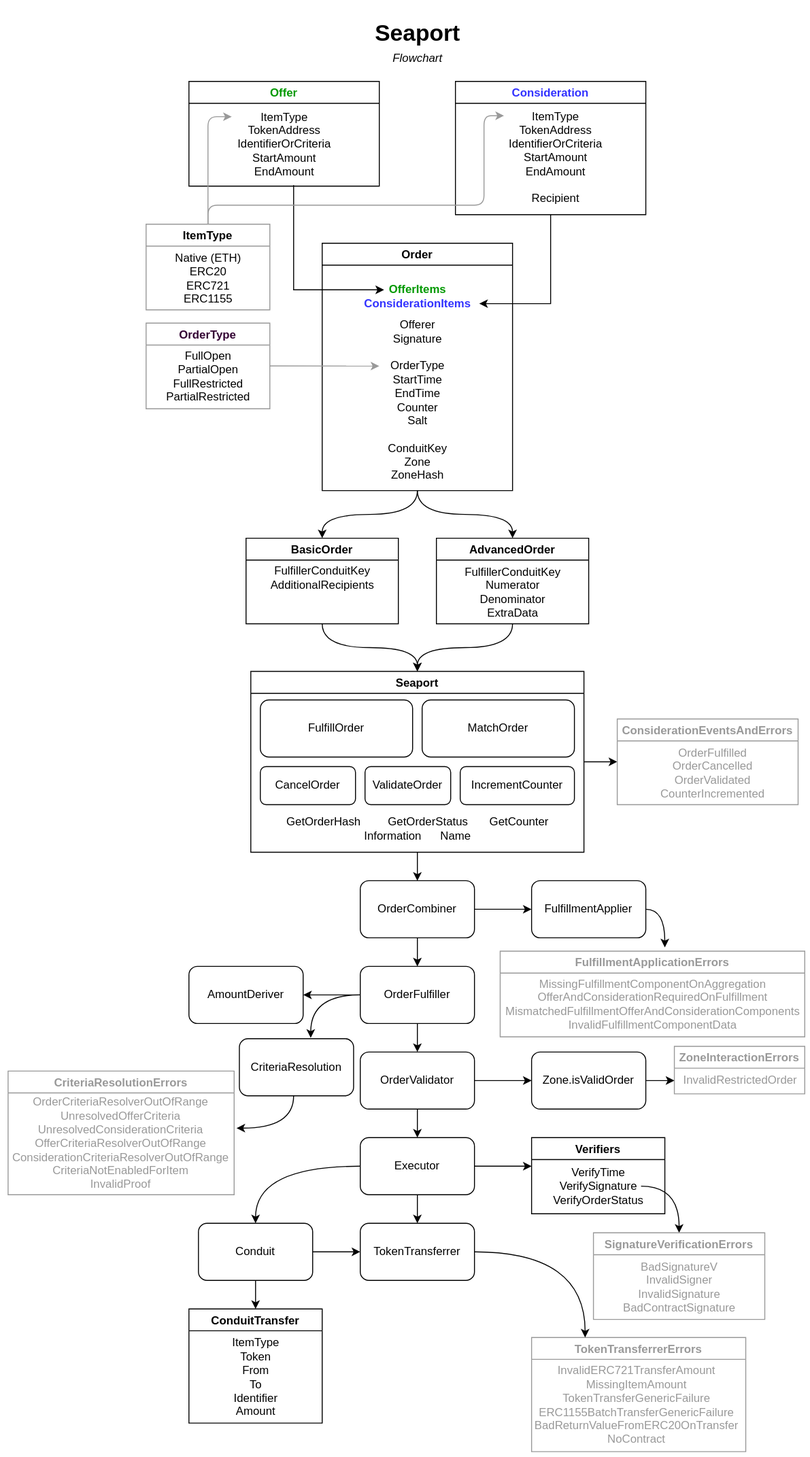
Above: diagrams/Seaport.drawio.svg in ProjectOpenSea/seaport (draw.io), before the change. Source tidied: cells renumbered, new cells last; positions are measured from the earlier drawing's top-left corner, leaving out a move shared by most shapes.
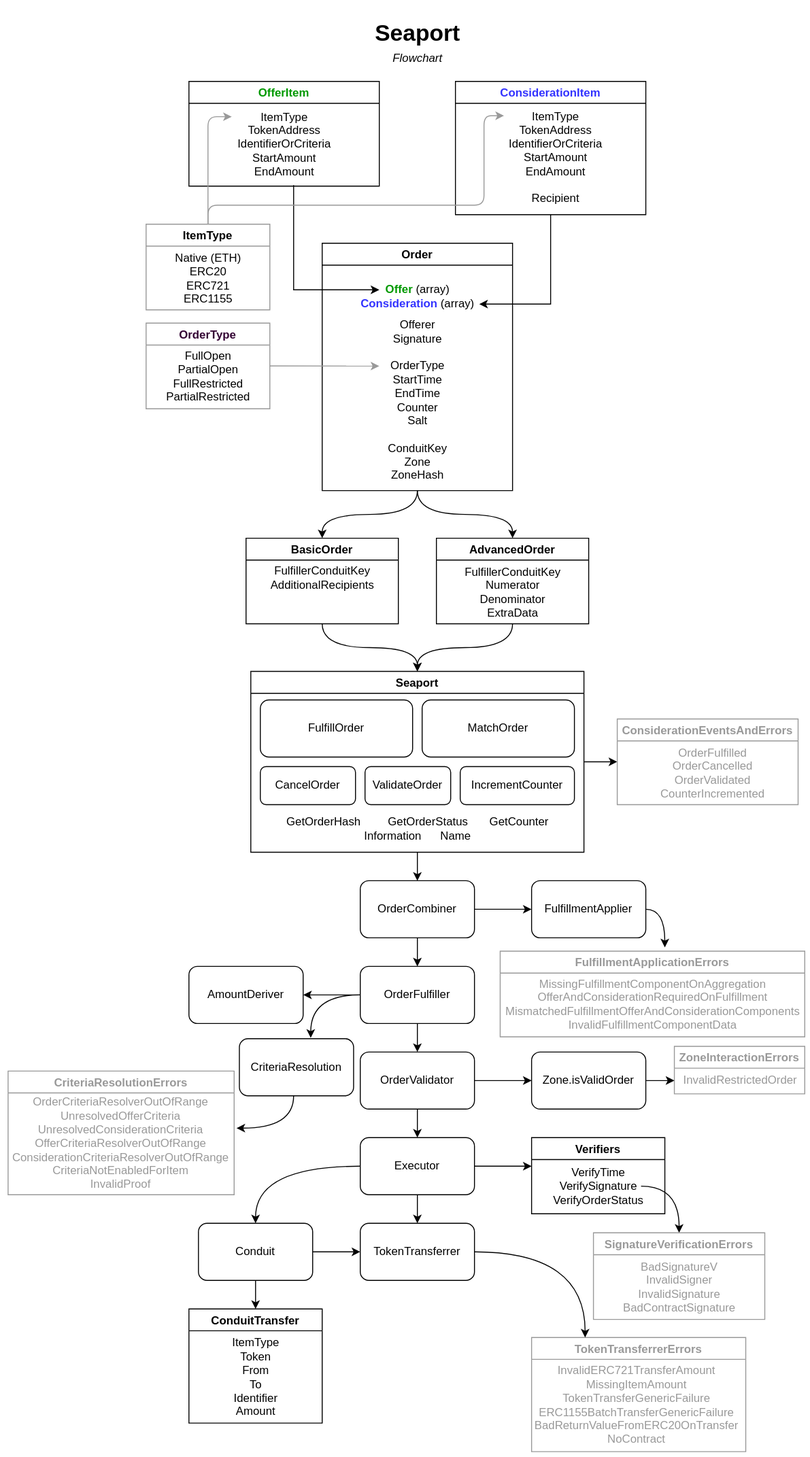
The same file after the commit.

Commit message:
improve Offer/Consideration naming

The edit, as a diff of the source:
```diff
@@ -5,29 +5,28 @@
     <mxCell id="2" style="edgeStyle=orthogonalEdgeStyle;rounded=0;orthogonalLoop=1;jettySize=auto;html=1;" parent="1" edge="1">
       <mxGeometry relative="1" as="geometry">
         <mxPoint x="302" y="185" as="sourcePoint" />
-        <mxPoint x="397" y="294" as="targetPoint" />
+        <mxPoint x="392" y="294" as="targetPoint" />
         <Array as="points">
           <mxPoint x="302" y="184" />
           <mxPoint x="302" y="294" />
         </Array>
       </mxGeometry>
     </mxCell>
-    <mxCell id="3" value="Offer" style="swimlane;fontColor=#009900;" parent="1" vertex="1">
+    <mxCell id="3" value="OfferItem" style="swimlane;fontColor=#009900;" parent="1" vertex="1">
       <mxGeometry x="192" y="75" width="200" height="110" as="geometry" />
     </mxCell>
     <mxCell id="4" value="ItemType&lt;br&gt;TokenAddress&lt;br&gt;IdentifierOrCriteria&lt;br&gt;StartAmount&lt;br&gt;EndAmount" style="text;html=1;align=center;verticalAlign=middle;points=[];strokeColor=none;fillColor=none;" parent="3" vertex="1">
       <mxGeometry x="45" y="26" width="110" height="80" as="geometry" />
     </mxCell>
-    <mxCell id="5" style="edgeStyle=orthogonalEdgeStyle;rounded=0;orthogonalLoop=1;jettySize=auto;html=1;entryX=1;entryY=0.783;entryDx=0;entryDy=0;entryPerimeter=0;" parent="1" edge="1">
+    <mxCell id="5" style="edgeStyle=orthogonalEdgeStyle;rounded=0;jettySize=auto;html=1;" parent="1" edge="1" target="11">
       <mxGeometry relative="1" as="geometry">
         <mxPoint x="572" y="215" as="sourcePoint" />
-        <mxPoint x="497" y="308.5" as="targetPoint" />
         <Array as="points">
           <mxPoint x="572" y="309" />
         </Array>
       </mxGeometry>
     </mxCell>
-    <mxCell id="6" value="Consideration" style="swimlane;fontColor=#3333FF;" parent="1" vertex="1">
+    <mxCell id="6" value="ConsiderationItem" style="swimlane;fontColor=#3333FF;" parent="1" vertex="1">
       <mxGeometry x="472" y="75" width="200" height="140" as="geometry" />
     </mxCell>
     <mxCell id="7" value="ItemType&lt;br&gt;TokenAddress&lt;br&gt;IdentifierOrCriteria&lt;br&gt;StartAmount&lt;br&gt;EndAmount&lt;br&gt;&lt;br&gt;Recipient" style="text;html=1;align=center;verticalAlign=middle;points=[];strokeColor=none;fillColor=none;" parent="6" vertex="1">
@@ -42,7 +41,7 @@
     <mxCell id="10" value="Order" style="swimlane;" parent="1" vertex="1">
       <mxGeometry x="332" y="245" width="200" height="260" as="geometry" />
     </mxCell>
-    <mxCell id="11" value="&lt;b&gt;&lt;font color=&quot;#009900&quot;&gt;OfferItems&lt;/font&gt;&lt;/b&gt;&lt;br&gt;&lt;b&gt;&lt;font color=&quot;#3333ff&quot;&gt;ConsiderationItems&lt;/font&gt;&lt;/b&gt;" style="text;html=1;align=center;verticalAlign=middle;points=[];strokeColor=none;fillColor=none;" parent="10" vertex="1">
+    <mxCell id="11" value="&lt;b style=&quot;color: rgb(0, 153, 0);&quot;&gt;Offer &lt;/b&gt;(array)&lt;br&gt;&lt;b style=&quot;color: rgb(51, 51, 255);&quot;&gt;Consideration &lt;/b&gt;(array)" style="text;html=1;align=center;verticalAlign=middle;points=[];strokeColor=none;fillColor=none;" parent="10" vertex="1">
       <mxGeometry x="35" y="41" width="130" height="30" as="geometry" />
     </mxCell>
     <mxCell id="12" value="Offerer&lt;br&gt;Signature&lt;br&gt;&lt;br&gt;OrderType&lt;br&gt;StartTime&lt;br&gt;EndTime&lt;br&gt;Counter&lt;br&gt;Salt&lt;br&gt;&lt;br&gt;ConduitKey&lt;br&gt;Zone&lt;br&gt;ZoneHash" style="text;html=1;align=center;verticalAlign=middle;strokeColor=none;fillColor=none;" parent="10" vertex="1">
```
